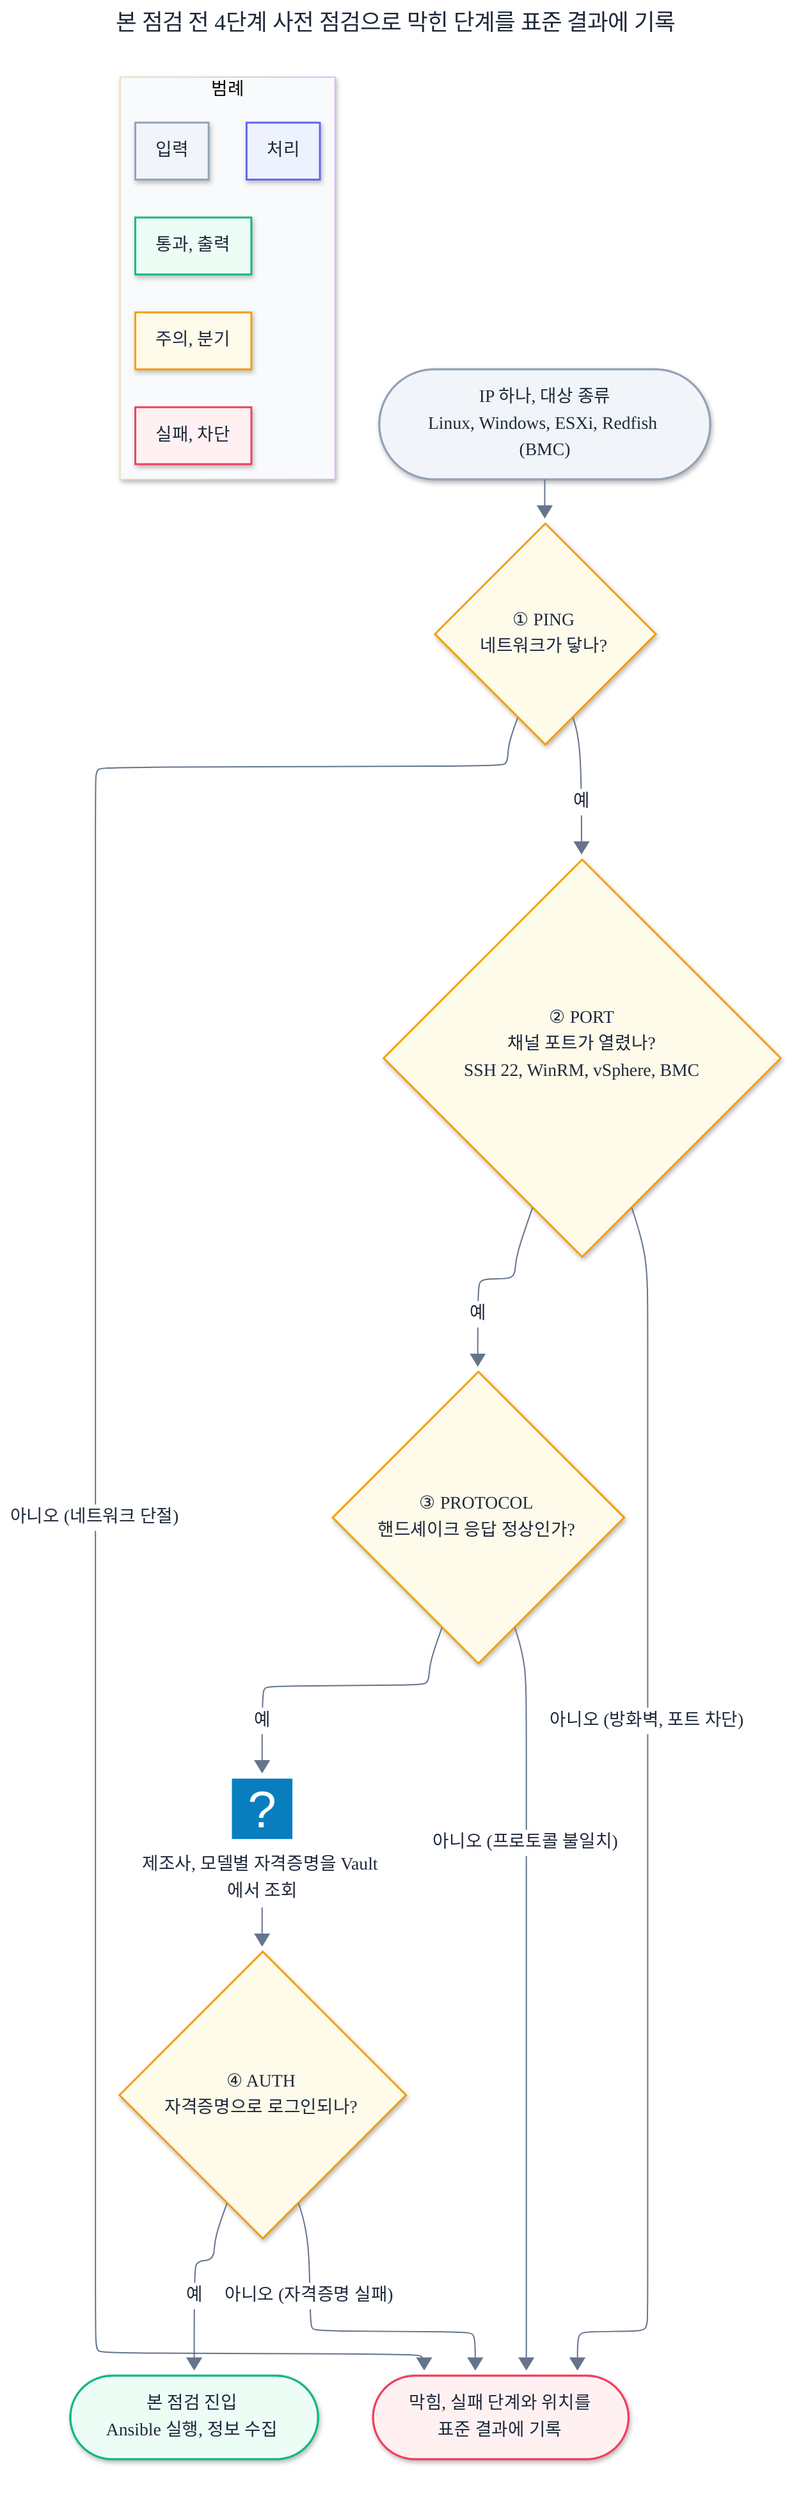
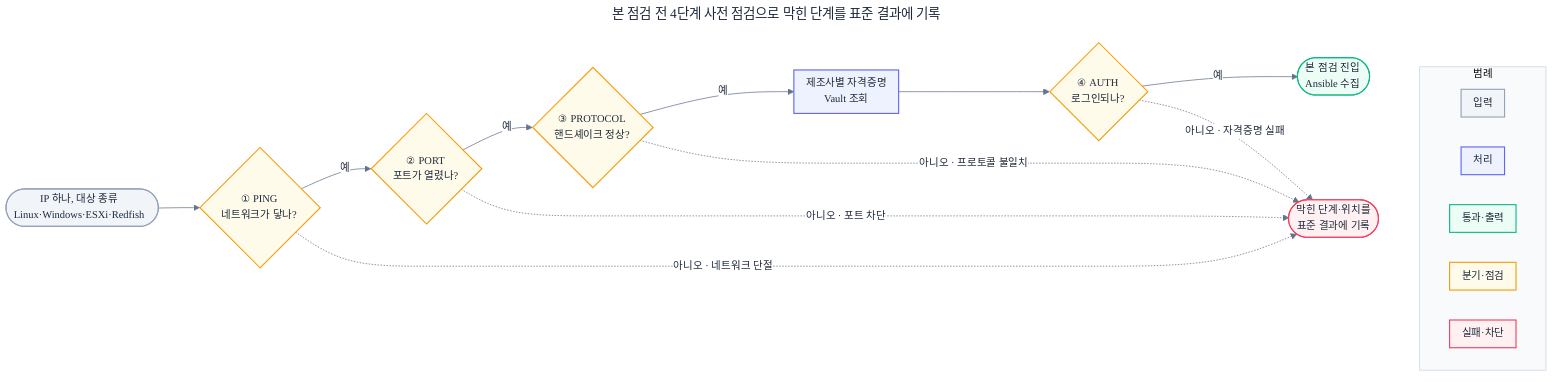
---
title: 본 점검 전 4단계 사전 점검으로 막힌 단계를 표준 결과에 기록
config:
-   layout: elk
-   look: neo
  theme: base
  themeVariables:
    fontFamily: 'Pretendard, Malgun Gothic, Noto Sans KR, sans-serif'
    fontSize: '14px'
    primaryTextColor: '#1E293B'
    lineColor: '#64748B'
    edgeLabelBackground: '#FFFFFF'
    clusterBkg: '#F8FAFC'
    clusterBorder: '#CBD5E1'
+   flowchart:
+     nodeSpacing: 40
+     rankSpacing: 55
+     padding: 8
---
- flowchart TD
-     START(["IP 하나, 대상 종류<br/>Linux, Windows, ESXi, Redfish (BMC)"]):::input
- 
+ flowchart LR
+     START(["IP 하나, 대상 종류<br/>Linux·Windows·ESXi·Redfish"]):::input
    S1{"① PING<br/>네트워크가 닿나?"}:::warn
-     S2{"② PORT<br/>채널 포트가 열렸나?<br/>SSH 22, WinRM, vSphere, BMC"}:::warn
-     S3{"③ PROTOCOL<br/>핸드셰이크 응답 정상인가?"}:::warn
-     VAULT@{ icon: "logos:vault-icon", label: "제조사, 모델별 자격증명을 Vault 에서 조회" }
-     S4{"④ AUTH<br/>자격증명으로 로그인되나?"}:::warn
- 
-     GATHER(["본 점검 진입<br/>Ansible 실행, 정보 수집"]):::ok
-     FAIL(["막힘, 실패 단계와 위치를<br/>표준 결과에 기록"]):::fail
+     S2{"② PORT<br/>포트가 열렸나?"}:::warn
+     S3{"③ PROTOCOL<br/>핸드셰이크 정상?"}:::warn
+     VAULT["제조사별 자격증명<br/>Vault 조회"]:::proc
+     S4{"④ AUTH<br/>로그인되나?"}:::warn
+     GATHER(["본 점검 진입<br/>Ansible 수집"]):::ok
+     FAIL(["막힌 단계·위치를<br/>표준 결과에 기록"]):::fail

    START --> S1
    S1 -- "예" --> S2
    S2 -- "예" --> S3
    S3 -- "예" --> VAULT --> S4
    S4 -- "예" --> GATHER

-     S1 -- "아니오 (네트워크 단절)" --> FAIL
-     S2 -- "아니오 (방화벽, 포트 차단)" --> FAIL
-     S3 -- "아니오 (프로토콜 불일치)" --> FAIL
-     S4 -- "아니오 (자격증명 실패)" --> FAIL
- 
-     VAULT:::proc
+     S1 -. "아니오 · 네트워크 단절" .-> FAIL
+     S2 -. "아니오 · 포트 차단" .-> FAIL
+     S3 -. "아니오 · 프로토콜 불일치" .-> FAIL
+     S4 -. "아니오 · 자격증명 실패" .-> FAIL

    subgraph LEGEND["범례"]
      direction LR
      LG_A["입력"]:::input
      LG_B["처리"]:::proc
-       LG_C["통과, 출력"]:::ok
-       LG_D["주의, 분기"]:::warn
-       LG_E["실패, 차단"]:::fail
+       LG_C["통과·출력"]:::ok
+       LG_D["분기·점검"]:::warn
+       LG_E["실패·차단"]:::fail
    end
+     FAIL ~~~ LEGEND

    classDef input fill:#F1F5F9,stroke:#94A3B8,color:#1E293B,stroke-width:1.5px
    classDef proc  fill:#EEF2FF,stroke:#6366F1,color:#1E293B,stroke-width:1.5px
    classDef ok    fill:#ECFDF5,stroke:#10B981,color:#1E293B,stroke-width:1.5px
    classDef warn  fill:#FFFBEB,stroke:#F59E0B,color:#1E293B,stroke-width:1.5px
    classDef fail  fill:#FFF1F2,stroke:#F43F5E,color:#1E293B,stroke-width:1.5px
